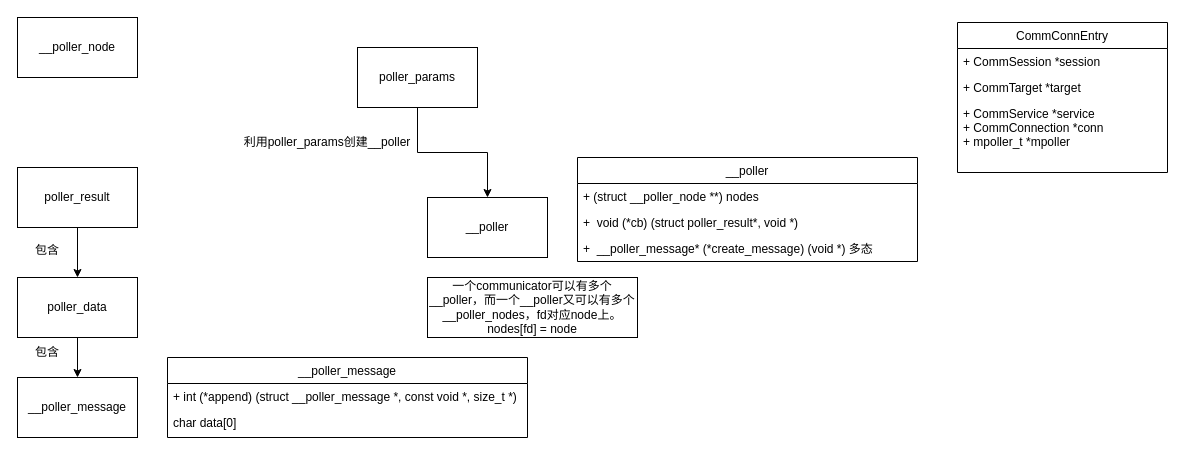
Above: page "Page-2" (2 of 3) of Untitled Diagram.drawio in doudou215/regret_q_learning (draw.io), before the change. Source tidied: cells renumbered, new cells numbered last; positions are measured from the earlier drawing's top-left corner, leaving out a move shared by most shapes. Both pictures are drawn from the tidied source at 100%, with x=0, y=0 at pixel (17, 17).
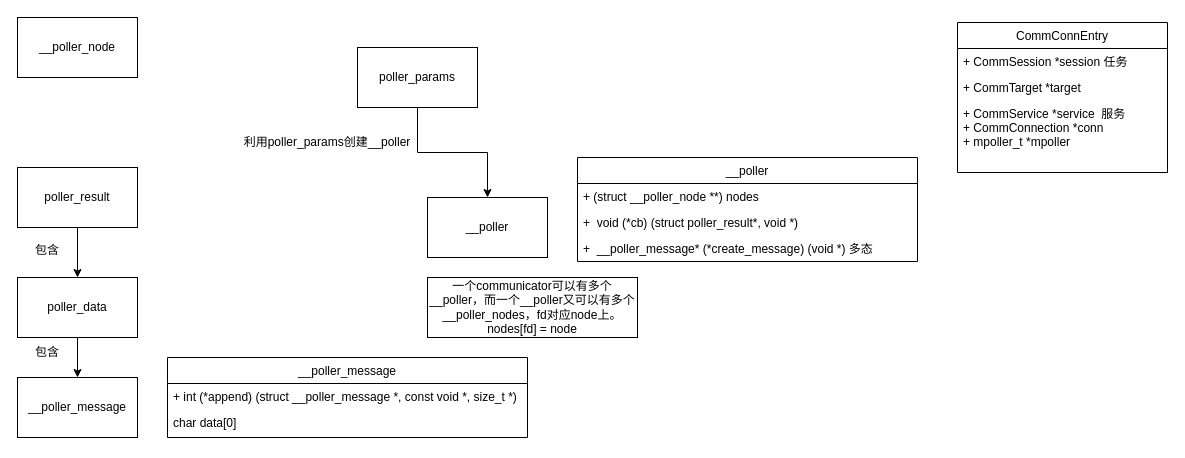
Above is the later version.

Unchanged cells that the change refers to:
```xml
<mxCell id="22" value="CommConnEntry" style="swimlane;fontStyle=0;horizontal=1;startSize=26;fillColor=none;" parent="1" vertex="1">
  <mxGeometry x="940" y="5" width="210" height="150" as="geometry" />
</mxCell>
```

The edit, as a diff of the source:
```diff
@@
-    <mxCell id="23" value="+ CommSession *session" style="text;strokeColor=none;fillColor=none;align=left;verticalAlign=top;spacingLeft=4;spacingRight=4;overflow=hidden;" parent="22" vertex="1">
+    <mxCell id="23" value="+ CommSession *session 任务" style="text;strokeColor=none;fillColor=none;align=left;verticalAlign=top;spacingLeft=4;spacingRight=4;overflow=hidden;" parent="22" vertex="1">
       <mxGeometry y="26" width="210" height="26" as="geometry" />
     </mxCell>
@@
-    <mxCell id="25" value="+ CommService *service&#10;+ CommConnection *conn&#10;+ mpoller_t *mpoller" style="text;strokeColor=none;fillColor=none;align=left;verticalAlign=top;spacingLeft=4;spacingRight=4;overflow=hidden;" parent="22" vertex="1">
+    <mxCell id="25" value="+ CommService *service  服务&#10;+ CommConnection *conn&#10;+ mpoller_t *mpoller" style="text;strokeColor=none;fillColor=none;align=left;verticalAlign=top;spacingLeft=4;spacingRight=4;overflow=hidden;" parent="22" vertex="1">
       <mxGeometry y="78" width="210" height="72" as="geometry" />
     </mxCell>
```
